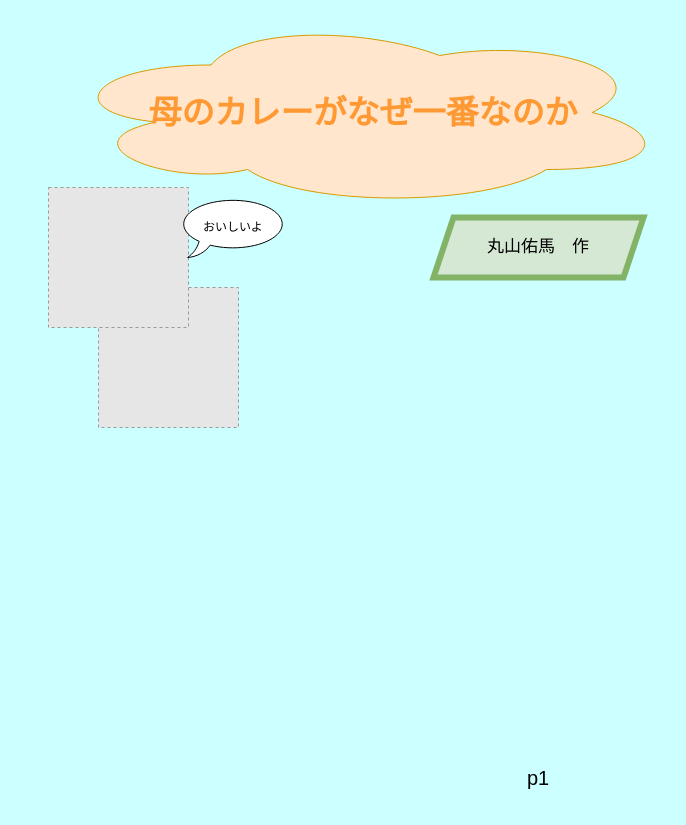
This is page "ページ36" (36 of 37) of Untitled Diagram new.drawio from YumaMaruyama/ITworksTRYshopping, a draw.io file, before an edit. Source tidied: cells renumbered, new cells numbered last; positions are measured from the earlier drawing's top-left corner, leaving out a move shared by most shapes. Both pictures are drawn from the tidied source at 100%, with x=0, y=0 at pixel (48, 17). Pictures stored in the file or linked from it are replaced by grey dashed boxes.
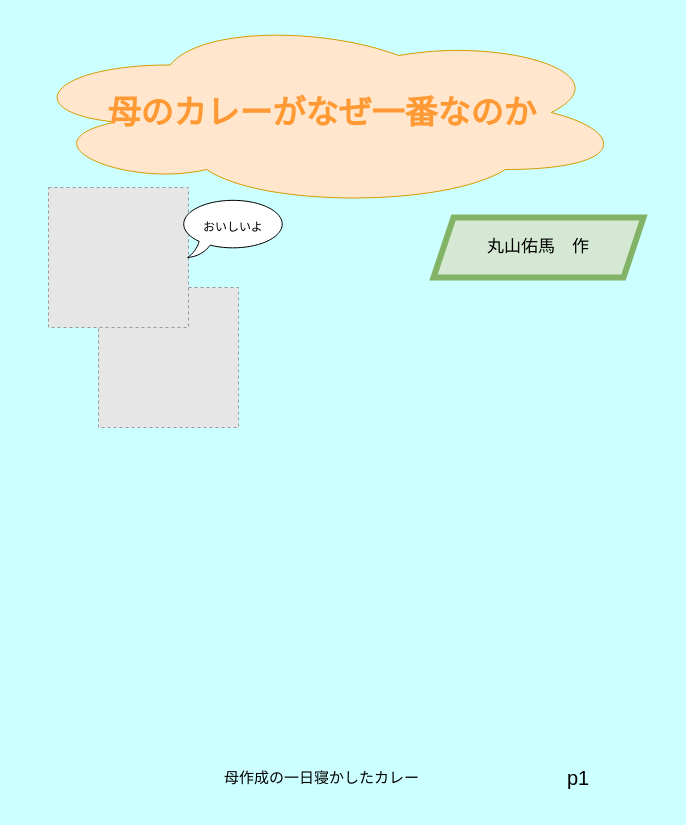
Above is the later version.

Change to the diagram source:
```diff
@@
 <mxGraphModel background="#CCFFFF">
   <root>
     <mxCell id="0" />
     <mxCell id="1" parent="0" />
     <mxCell id="2" value="&lt;h2&gt;&lt;font color=&quot;#ff9933&quot; style=&quot;font-size: 33px;&quot;&gt;母のカレーがなぜ一番なのか&lt;/font&gt;&lt;/h2&gt;" style="ellipse;shape=cloud;whiteSpace=wrap;html=1;fillColor=#ffe6cc;strokeColor=#d79b00;" parent="1" vertex="1">
-      <mxGeometry x="10" width="610" height="190" as="geometry" />
+      <mxGeometry x="-31" width="610" height="190" as="geometry" />
     </mxCell>
     <mxCell id="3" value="&lt;font style=&quot;font-size: 20px;&quot;&gt;p1&lt;/font&gt;" style="text;html=1;strokeColor=none;fillColor=none;align=center;verticalAlign=middle;whiteSpace=wrap;rounded=0;strokeWidth=4;" parent="1" vertex="1">
-      <mxGeometry x="450" y="730" width="80" height="60" as="geometry" />
+      <mxGeometry x="490" y="730" width="80" height="60" as="geometry" />
     </mxCell>
     <mxCell id="4" value="&lt;font style=&quot;font-size: 17px;&quot;&gt;丸山佑馬　作&lt;/font&gt;" style="shape=parallelogram;perimeter=parallelogramPerimeter;whiteSpace=wrap;html=1;fixedSize=1;strokeWidth=6;fillColor=#d5e8d4;strokeColor=#82b366;" parent="1" vertex="1">
       <mxGeometry x="385" y="200" width="210" height="60" as="geometry" />
     </mxCell>
     <mxCell id="5" style="fillColor=#E6E6E6;strokeColor=#999999;dashed=1;verticalLabelPosition=bottom;labelBackgroundColor=default;verticalAlign=top;" parent="1" vertex="1">
       <mxGeometry x="50" y="270" width="140" height="140" as="geometry" />
     </mxCell>
     <mxCell id="6" style="fillColor=#E6E6E6;strokeColor=#999999;dashed=1;verticalLabelPosition=bottom;labelBackgroundColor=default;verticalAlign=top;" parent="1" vertex="1">
       <mxGeometry y="170" width="140" height="140" as="geometry" />
     </mxCell>
     <mxCell id="7" value="おいしいよ" style="whiteSpace=wrap;html=1;shape=mxgraph.basic.oval_callout;" parent="1" vertex="1">
       <mxGeometry x="130" y="180" width="110" height="60" as="geometry" />
     </mxCell>
+    <mxCell id="8" value="&lt;font style=&quot;font-size: 15px;&quot;&gt;母作成の一日寝かしたカレー&lt;/font&gt;" style="text;html=1;strokeColor=none;fillColor=none;align=center;verticalAlign=middle;whiteSpace=wrap;rounded=0;" parent="1" vertex="1">
+      <mxGeometry x="163" y="745" width="221" height="30" as="geometry" />
+    </mxCell>
   </root>
 </mxGraphModel>
```
